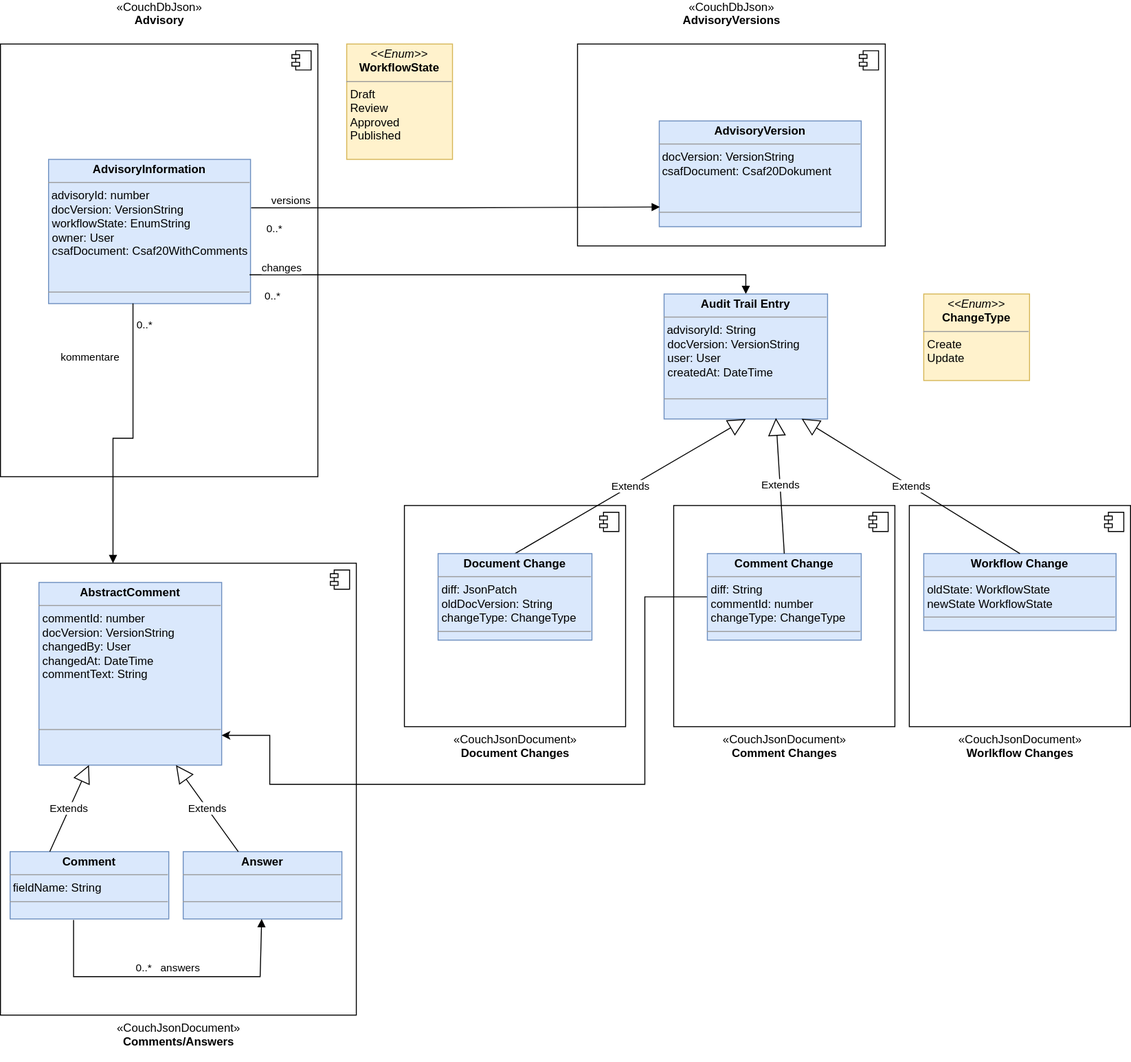
The draw.io diagram documents/datamodel.drawio.svg in secvisogram/csaf-cms-backend, before a commit. Source tidied: cells renumbered, new cells last; positions are measured from the earlier drawing's top-left corner, leaving out a move shared by most shapes.
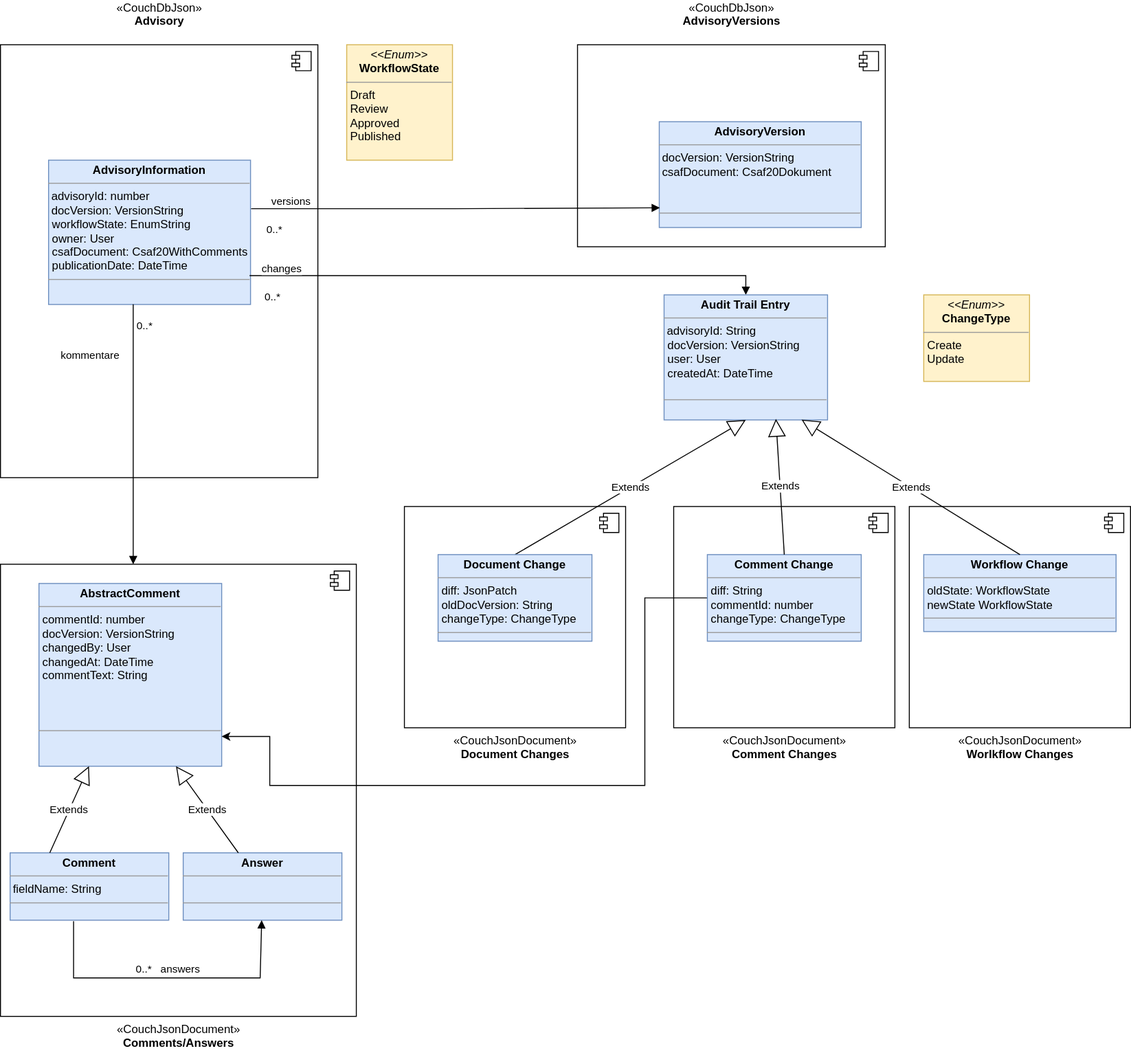
The same file after the commit.

Commit message:
doc(rest,architecture ): made names in architecture-decisions.md and rest service consistent, split workflow state rest services in one for every state

Change to the diagram source:
```diff
@@ -50,7 +50,7 @@
         <mxPoint x="-27" y="7" as="offset" />
       </mxGeometry>
     </mxCell>
-    <mxCell id="14" value="&lt;p style=&quot;margin: 0px ; margin-top: 4px ; text-align: center&quot;&gt;&lt;b&gt;AdvisoryInformation&lt;/b&gt;&lt;br&gt;&lt;/p&gt;&lt;hr size=&quot;1&quot;&gt;&lt;div&gt;&amp;nbsp;advisoryId&lt;span&gt;: number&lt;/span&gt;&lt;/div&gt;&lt;div&gt;&lt;span&gt;&amp;nbsp;&lt;/span&gt;&lt;span&gt;&lt;span class=&quot;placeholder-inline-tasks&quot;&gt;docVersion&lt;/span&gt;: VersionString&lt;br&gt;&lt;/span&gt;&lt;/div&gt;&lt;p style=&quot;margin: 0px ; margin-left: 4px&quot;&gt;workflowState: EnumString&lt;/p&gt;&lt;p style=&quot;margin: 0px ; margin-left: 4px&quot;&gt;owner: User&lt;/p&gt;&lt;p style=&quot;margin: 0px ; margin-left: 4px&quot;&gt;&lt;span&gt;csafDocument: Csaf20WithComments&lt;/span&gt;&lt;br&gt;&lt;/p&gt;&lt;p style=&quot;margin: 0px ; margin-left: 4px&quot;&gt;&lt;br&gt;&lt;/p&gt;&lt;p style=&quot;margin: 0px ; margin-left: 4px&quot;&gt;&lt;br&gt;&lt;/p&gt;&lt;hr size=&quot;1&quot;&gt;&lt;p style=&quot;margin: 0px ; margin-left: 4px&quot;&gt;&lt;br&gt;&lt;/p&gt;" style="verticalAlign=top;align=left;overflow=fill;fontSize=12;fontFamily=Helvetica;html=1;fillColor=#dae8fc;strokeColor=#6c8ebf;" parent="1" vertex="1">
+    <mxCell id="14" value="&lt;p style=&quot;margin: 0px ; margin-top: 4px ; text-align: center&quot;&gt;&lt;b&gt;AdvisoryInformation&lt;/b&gt;&lt;br&gt;&lt;/p&gt;&lt;hr size=&quot;1&quot;&gt;&lt;div&gt;&amp;nbsp;advisoryId&lt;span&gt;: number&lt;/span&gt;&lt;/div&gt;&lt;div&gt;&lt;span&gt;&amp;nbsp;&lt;/span&gt;&lt;span&gt;&lt;span class=&quot;placeholder-inline-tasks&quot;&gt;docVersion&lt;/span&gt;: VersionString&lt;br&gt;&lt;/span&gt;&lt;/div&gt;&lt;p style=&quot;margin: 0px ; margin-left: 4px&quot;&gt;workflowState: EnumString&lt;/p&gt;&lt;p style=&quot;margin: 0px ; margin-left: 4px&quot;&gt;owner: User&lt;/p&gt;&lt;p style=&quot;margin: 0px ; margin-left: 4px&quot;&gt;&lt;span&gt;csafDocument: Csaf20WithComments&lt;/span&gt;&lt;br&gt;&lt;/p&gt;&lt;p style=&quot;margin: 0px ; margin-left: 4px&quot;&gt;publicationDate: DateTime&lt;/p&gt;&lt;hr size=&quot;1&quot;&gt;&lt;p style=&quot;margin: 0px ; margin-left: 4px&quot;&gt;&lt;br&gt;&lt;/p&gt;" style="verticalAlign=top;align=left;overflow=fill;fontSize=12;fontFamily=Helvetica;html=1;fillColor=#dae8fc;strokeColor=#6c8ebf;" parent="1" vertex="1">
       <mxGeometry x="50" y="120" width="210" height="150" as="geometry" />
     </mxCell>
     <mxCell id="15" value="&lt;p style=&quot;margin: 0px ; margin-top: 4px ; text-align: center&quot;&gt;&lt;b&gt;AbstractComment&lt;/b&gt;&lt;/p&gt;&lt;hr size=&quot;1&quot;&gt;&lt;p style=&quot;margin: 0px ; margin-left: 4px&quot;&gt;commentId: number&lt;br&gt;&lt;/p&gt;&lt;p style=&quot;margin: 0px ; margin-left: 4px&quot;&gt;&lt;span class=&quot;placeholder-inline-tasks&quot;&gt;docVersion&lt;/span&gt;: VersionString&lt;/p&gt;&lt;p style=&quot;margin: 0px ; margin-left: 4px&quot;&gt;changedBy: User&lt;/p&gt;&lt;p style=&quot;margin: 0px ; margin-left: 4px&quot;&gt;changedAt: DateTime&lt;/p&gt;&lt;p style=&quot;margin: 0px ; margin-left: 4px&quot;&gt;commentText: String&lt;/p&gt;&lt;p style=&quot;margin: 0px ; margin-left: 4px&quot;&gt;&lt;br&gt;&lt;/p&gt;&lt;p style=&quot;margin: 0px ; margin-left: 4px&quot;&gt;&lt;br&gt;&lt;/p&gt;&lt;p style=&quot;margin: 0px ; margin-left: 4px&quot;&gt;&lt;br&gt;&lt;/p&gt;&lt;hr size=&quot;1&quot;&gt;&lt;p style=&quot;margin: 0px ; margin-left: 4px&quot;&gt;&lt;br&gt;&lt;/p&gt;" style="verticalAlign=top;align=left;overflow=fill;fontSize=12;fontFamily=Helvetica;html=1;fillColor=#dae8fc;strokeColor=#6c8ebf;" parent="1" vertex="1">
@@ -68,9 +68,9 @@
     </mxCell>
     <mxCell id="18" value="kommentare" style="endArrow=block;endFill=1;html=1;edgeStyle=orthogonalEdgeStyle;align=left;verticalAlign=top;rounded=0;exitX=0.418;exitY=0.999;exitDx=0;exitDy=0;exitPerimeter=0;" parent="1" edge="1" source="14">
       <mxGeometry x="-0.7" y="-77" relative="1" as="geometry">
-        <mxPoint x="117" y="540" as="targetPoint" />
+        <mxPoint x="138" y="540" as="targetPoint" />
         <Array as="points">
-          <mxPoint x="117" y="410" />
+          <mxPoint x="138" y="540" />
         </Array>
       </mxGeometry>
     </mxCell>
```
